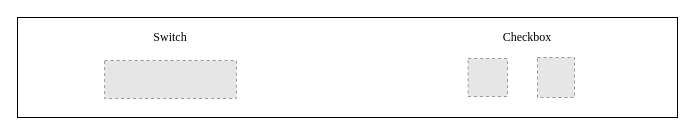
The draw.io diagram Images/CrossPlattformFrameworks/SwitchTextBox.drawio in JulianPasque/Masterthesis, before the edit. Source tidied: cells renumbered, new cells numbered last; positions are measured from the earlier drawing's top-left corner, leaving out a move shared by most shapes. Both pictures are drawn from the tidied source at 100%, with x=0, y=0 at pixel (17, 17). Pictures stored in the file or linked from it are replaced by grey dashed boxes.
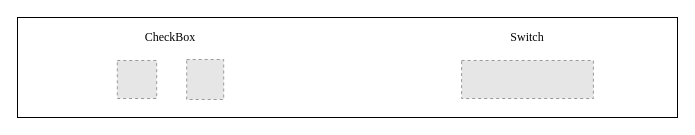
The same diagram, later.

What changed in the source:
```diff
@@
 <mxGraphModel>
   <root>
     <mxCell id="0" />
     <mxCell id="1" parent="0" />
     <mxCell id="2" style="rounded=0;whiteSpace=wrap;html=1;shadow=0;glass=0;labelBackgroundColor=none;sketch=0;fontSize=8;" parent="1" vertex="1">
       <mxGeometry width="660" height="100" as="geometry" />
     </mxCell>
     <mxCell id="3" style="rounded=0;whiteSpace=wrap;html=1;strokeColor=none;" parent="1" vertex="1">
       <mxGeometry x="30" y="79" width="260" height="20" as="geometry" />
     </mxCell>
-    <mxCell id="4" value="Switch" style="text;html=1;strokeColor=none;fillColor=none;align=center;verticalAlign=middle;whiteSpace=wrap;rounded=0;fontSize=12;fontFamily=Times New Roman;" parent="1" vertex="1">
+    <mxCell id="4" value="CheckBox" style="text;html=1;strokeColor=none;fillColor=none;align=center;verticalAlign=middle;whiteSpace=wrap;rounded=0;fontSize=12;fontFamily=Times New Roman;" parent="1" vertex="1">
       <mxGeometry x="133" y="10" width="40" height="20" as="geometry" />
     </mxCell>
-    <mxCell id="5" value="Checkbox" style="text;html=1;strokeColor=none;fillColor=none;align=center;verticalAlign=middle;whiteSpace=wrap;rounded=0;fontSize=12;fontFamily=Times New Roman;" parent="1" vertex="1">
+    <mxCell id="5" value="Switch" style="text;html=1;strokeColor=none;fillColor=none;align=center;verticalAlign=middle;whiteSpace=wrap;rounded=0;fontSize=12;fontFamily=Times New Roman;" parent="1" vertex="1">
       <mxGeometry x="490" y="10" width="40" height="20" as="geometry" />
     </mxCell>
-    <mxCell id="6" style="fillColor=#E6E6E6;strokeColor=#999999;dashed=1;verticalLabelPosition=bottom;labelBackgroundColor=#ffffff;verticalAlign=top;" parent="1" vertex="1">
-      <mxGeometry x="450.6" y="41" width="39.4" height="38" as="geometry" />
-    </mxCell>
-    <mxCell id="7" style="fillColor=#E6E6E6;strokeColor=#999999;dashed=1;verticalLabelPosition=bottom;labelBackgroundColor=#ffffff;verticalAlign=top;" parent="1" vertex="1">
-      <mxGeometry x="520" y="40" width="37" height="40" as="geometry" />
-    </mxCell>
     <mxCell id="8" style="fillColor=#E6E6E6;strokeColor=#999999;dashed=1;verticalLabelPosition=bottom;labelBackgroundColor=#ffffff;verticalAlign=top;" parent="1" vertex="1">
-      <mxGeometry x="87.1" y="43" width="131.8" height="38" as="geometry" />
+      <mxGeometry x="444.1" y="43" width="131.8" height="38" as="geometry" />
     </mxCell>
+    <mxCell id="9" style="fillColor=#E6E6E6;strokeColor=#999999;dashed=1;verticalLabelPosition=bottom;labelBackgroundColor=#ffffff;verticalAlign=top;" parent="1" vertex="1">
+      <mxGeometry x="99.8" y="43" width="39.4" height="38" as="geometry" />
+    </mxCell>
+    <mxCell id="10" style="fillColor=#E6E6E6;strokeColor=#999999;dashed=1;verticalLabelPosition=bottom;labelBackgroundColor=#ffffff;verticalAlign=top;" parent="1" vertex="1">
+      <mxGeometry x="169.2" y="42" width="37" height="40" as="geometry" />
+    </mxCell>
   </root>
 </mxGraphModel>
```
